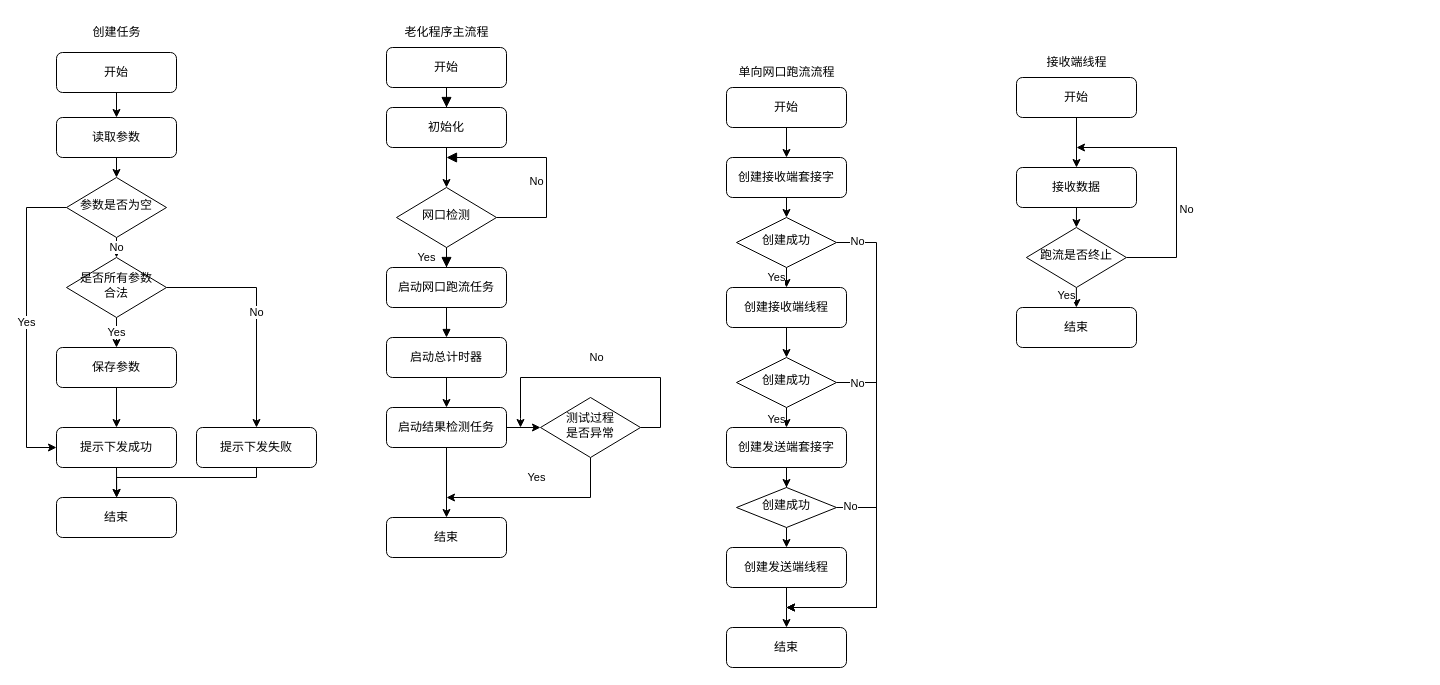
Before: a300_burnin.drawio in waterwatermelon/graph, a draw.io diagram. Source tidied: cells renumbered, new cells numbered last; positions are measured from the earlier drawing's top-left corner, leaving out a move shared by most shapes. Both pictures are drawn from the tidied source at 100%, with x=0, y=0 at pixel (26, 17).
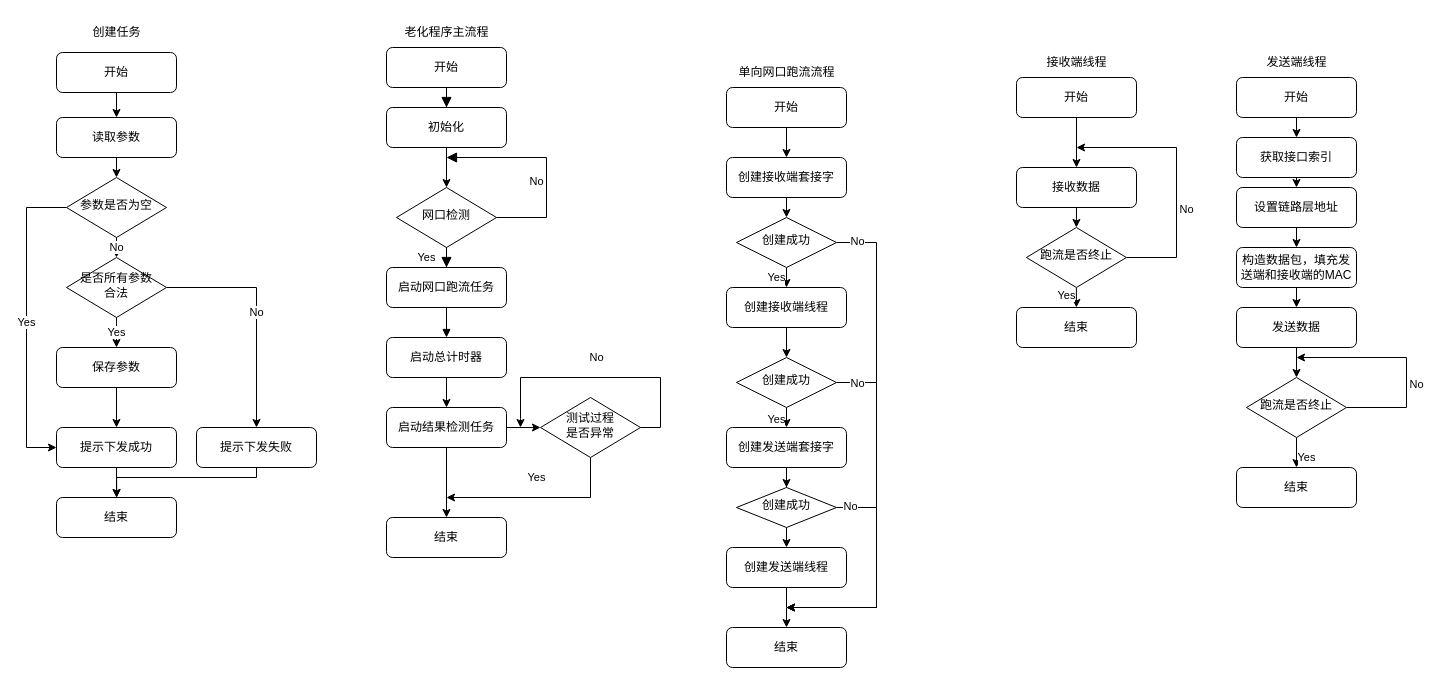
The same page after the edit.

The edit, as a diff of the source:
```diff
@@
+    <mxCell id="74" value="发送端线程" style="text;html=1;align=center;verticalAlign=middle;strokeColor=none;fillColor=none;" parent="1" vertex="1">
+      <mxGeometry x="1230" y="30" width="80" height="30" as="geometry" />
+    </mxCell>
+    <mxCell id="75" style="edgeStyle=orthogonalEdgeStyle;rounded=0;jettySize=auto;html=1;exitX=0.5;exitY=1;exitDx=0;exitDy=0;entryX=0.5;entryY=0;entryDx=0;entryDy=0;" parent="1" edge="1" source="76" target="84">
+      <mxGeometry relative="1" as="geometry" />
+    </mxCell>
+    <mxCell id="76" value="开始" style="rounded=1;whiteSpace=wrap;html=1;fontSize=12;glass=0;strokeWidth=1;shadow=0;" parent="1" vertex="1">
+      <mxGeometry x="1210" y="60" width="120" height="40" as="geometry" />
+    </mxCell>
+    <mxCell id="77" value="结束" style="rounded=1;whiteSpace=wrap;html=1;fontSize=12;glass=0;strokeWidth=1;shadow=0;" parent="1" vertex="1">
+      <mxGeometry x="1210" y="450" width="120" height="40" as="geometry" />
+    </mxCell>
+    <mxCell id="78" style="edgeStyle=orthogonalEdgeStyle;rounded=0;jettySize=auto;html=1;exitX=0.5;exitY=1;exitDx=0;exitDy=0;entryX=0.5;entryY=0;entryDx=0;entryDy=0;" parent="1" edge="1" source="79" target="82">
+      <mxGeometry relative="1" as="geometry" />
+    </mxCell>
+    <mxCell id="79" value="发送数据" style="rounded=1;whiteSpace=wrap;html=1;fontSize=12;glass=0;strokeWidth=1;shadow=0;" parent="1" vertex="1">
+      <mxGeometry x="1210" y="290" width="120" height="40" as="geometry" />
+    </mxCell>
+    <mxCell id="80" value="Yes" style="edgeStyle=orthogonalEdgeStyle;rounded=0;jettySize=auto;html=1;" parent="1" edge="1" source="82" target="77">
+      <mxGeometry x="-0.2" y="-10" relative="1" as="geometry" />
+    </mxCell>
+    <mxCell id="81" value="No" style="edgeStyle=orthogonalEdgeStyle;rounded=0;orthogonalLoop=1;jettySize=auto;html=1;" parent="1" edge="1">
+      <mxGeometry x="-0.25" y="-10" relative="1" as="geometry">
+        <mxPoint x="1320" y="390" as="sourcePoint" />
+        <mxPoint x="1270" y="340" as="targetPoint" />
+        <Array as="points">
+          <mxPoint x="1380" y="390" />
+          <mxPoint x="1380" y="340" />
+        </Array>
+      </mxGeometry>
+    </mxCell>
+    <mxCell id="82" value="跑流是否终止" style="rhombus;whiteSpace=wrap;html=1;shadow=0;fontFamily=Helvetica;fontSize=12;align=center;strokeWidth=1;spacing=6;spacingTop=-4;" parent="1" vertex="1">
+      <mxGeometry x="1220" y="360" width="100" height="60" as="geometry" />
+    </mxCell>
+    <mxCell id="83" style="edgeStyle=orthogonalEdgeStyle;rounded=0;jettySize=auto;html=1;exitX=0.5;exitY=1;exitDx=0;exitDy=0;entryX=0.5;entryY=0;entryDx=0;entryDy=0;" parent="1" edge="1" source="84" target="88">
+      <mxGeometry relative="1" as="geometry" />
+    </mxCell>
+    <mxCell id="84" value="获取接口索引" style="rounded=1;whiteSpace=wrap;html=1;fontSize=12;glass=0;strokeWidth=1;shadow=0;" parent="1" vertex="1">
+      <mxGeometry x="1210" y="120" width="120" height="40" as="geometry" />
+    </mxCell>
+    <mxCell id="85" style="edgeStyle=orthogonalEdgeStyle;rounded=0;jettySize=auto;html=1;exitX=0.5;exitY=1;exitDx=0;exitDy=0;entryX=0.5;entryY=0;entryDx=0;entryDy=0;" parent="1" edge="1" source="86" target="79">
+      <mxGeometry relative="1" as="geometry" />
+    </mxCell>
+    <mxCell id="86" value="构造数据包，填充发送端和接收端的MAC" style="rounded=1;whiteSpace=wrap;html=1;fontSize=12;glass=0;strokeWidth=1;shadow=0;" parent="1" vertex="1">
+      <mxGeometry x="1210" y="230" width="120" height="40" as="geometry" />
+    </mxCell>
+    <mxCell id="87" style="edgeStyle=orthogonalEdgeStyle;rounded=0;jettySize=auto;html=1;exitX=0.5;exitY=1;exitDx=0;exitDy=0;entryX=0.5;entryY=0;entryDx=0;entryDy=0;" parent="1" edge="1" source="88" target="86">
+      <mxGeometry relative="1" as="geometry" />
+    </mxCell>
+    <mxCell id="88" value="设置链路层地址" style="rounded=1;whiteSpace=wrap;html=1;fontSize=12;glass=0;strokeWidth=1;shadow=0;" parent="1" vertex="1">
+      <mxGeometry x="1210" y="170" width="120" height="40" as="geometry" />
+    </mxCell>
```
